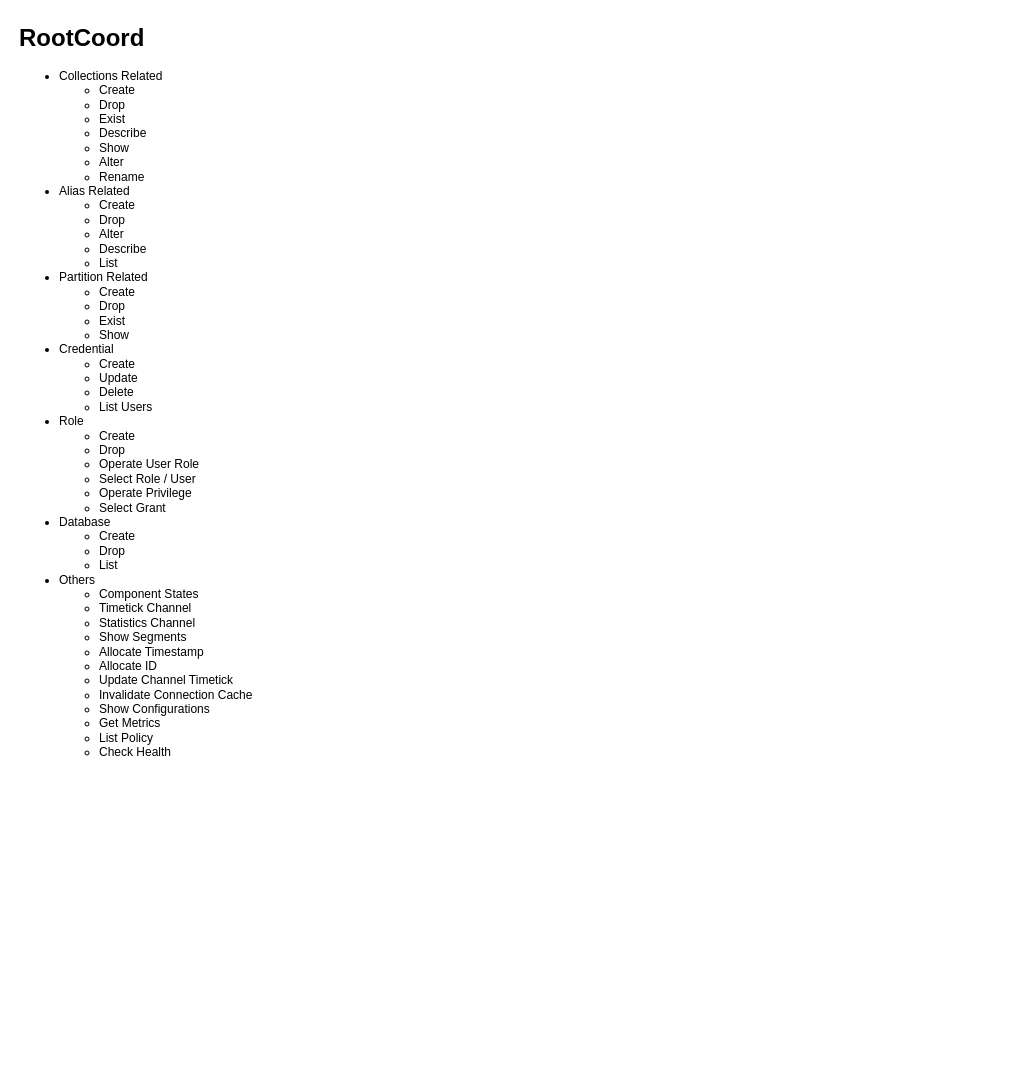
This is MilvusServer.drawio from Reidddddd/drawing, a draw.io file, before an edit. Source tidied: cells renumbered, new cells numbered last; positions are measured from the earlier drawing's top-left corner, leaving out a move shared by most shapes. Both pictures are drawn from the tidied source at 100%, with x=0, y=0 at pixel (17, 17).
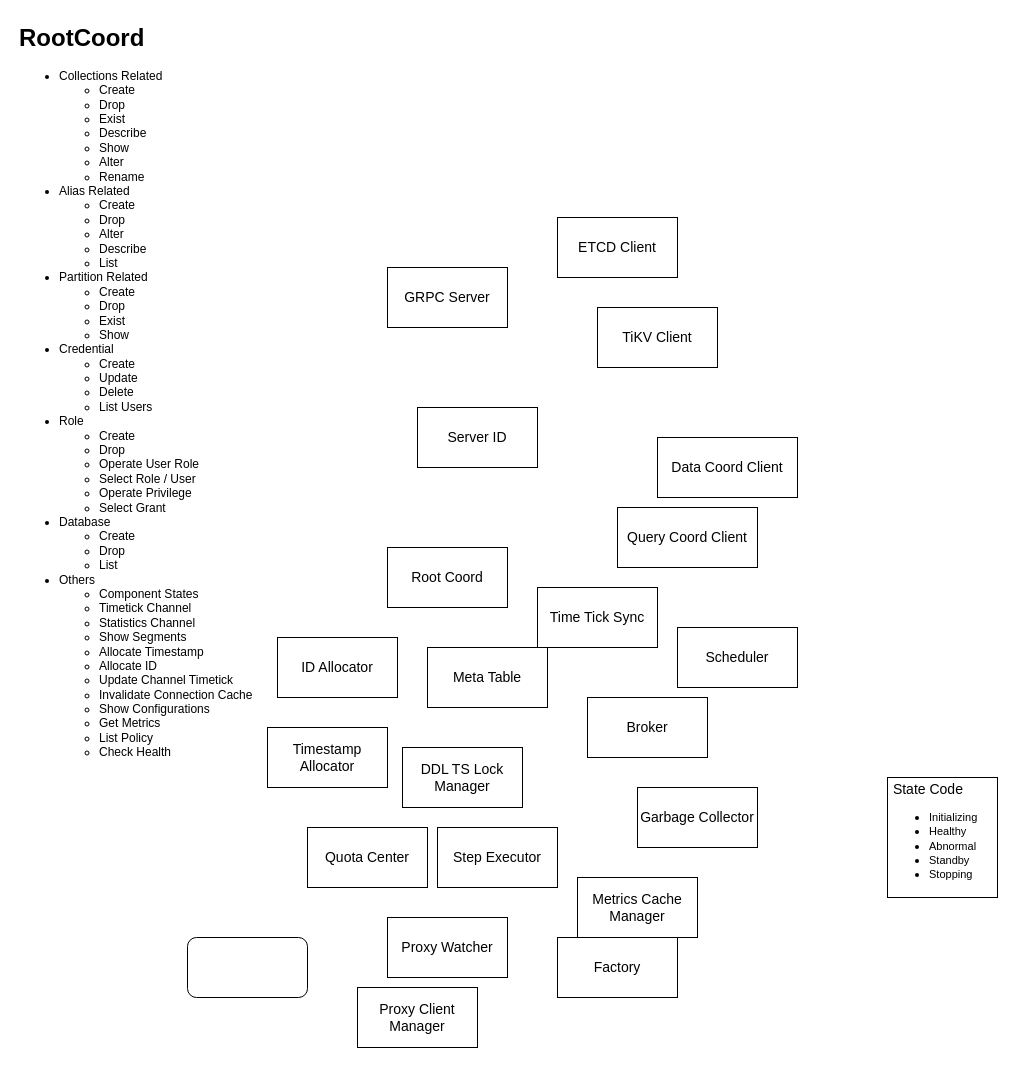
After the change.

Commit message:
Internal Components of RootCoord

The edit, as a diff of the source:
```diff
@@
+    <mxCell id="3" value="&lt;font style=&quot;font-size: 14px;&quot;&gt;Root Coord&lt;/font&gt;" style="rounded=0;whiteSpace=wrap;html=1;" parent="1" vertex="1">
+      <mxGeometry x="370" y="530" width="120" height="60" as="geometry" />
+    </mxCell>
+    <mxCell id="4" value="&lt;font style=&quot;font-size: 14px;&quot;&gt;GRPC Server&lt;/font&gt;" style="rounded=0;whiteSpace=wrap;html=1;" parent="1" vertex="1">
+      <mxGeometry x="370" y="250" width="120" height="60" as="geometry" />
+    </mxCell>
+    <mxCell id="5" value="&lt;font style=&quot;font-size: 14px;&quot;&gt;Server ID&lt;/font&gt;" style="rounded=0;whiteSpace=wrap;html=1;" parent="1" vertex="1">
+      <mxGeometry x="400" y="390" width="120" height="60" as="geometry" />
+    </mxCell>
+    <mxCell id="6" value="&lt;font style=&quot;font-size: 14px;&quot;&gt;ETCD Client&lt;/font&gt;" style="rounded=0;whiteSpace=wrap;html=1;" parent="1" vertex="1">
+      <mxGeometry x="540" y="200" width="120" height="60" as="geometry" />
+    </mxCell>
+    <mxCell id="7" value="&lt;font style=&quot;font-size: 14px;&quot;&gt;TiKV Client&lt;/font&gt;" style="rounded=0;whiteSpace=wrap;html=1;" parent="1" vertex="1">
+      <mxGeometry x="580" y="290" width="120" height="60" as="geometry" />
+    </mxCell>
+    <mxCell id="8" value="&lt;font style=&quot;font-size: 14px;&quot;&gt;Data Coord Client&lt;/font&gt;" style="rounded=0;whiteSpace=wrap;html=1;" parent="1" vertex="1">
+      <mxGeometry x="640" y="420" width="140" height="60" as="geometry" />
+    </mxCell>
+    <mxCell id="9" value="&lt;font style=&quot;font-size: 14px;&quot;&gt;Query Coord Client&lt;/font&gt;" style="rounded=0;whiteSpace=wrap;html=1;" parent="1" vertex="1">
+      <mxGeometry x="600" y="490" width="140" height="60" as="geometry" />
+    </mxCell>
+    <mxCell id="10" value="&lt;font style=&quot;font-size: 14px;&quot;&gt;Meta Table&lt;/font&gt;" style="rounded=0;whiteSpace=wrap;html=1;" parent="1" vertex="1">
+      <mxGeometry x="410" y="630" width="120" height="60" as="geometry" />
+    </mxCell>
+    <mxCell id="11" value="&lt;font style=&quot;font-size: 14px;&quot;&gt;Scheduler&lt;/font&gt;" style="rounded=0;whiteSpace=wrap;html=1;" parent="1" vertex="1">
+      <mxGeometry x="660" y="610" width="120" height="60" as="geometry" />
+    </mxCell>
+    <mxCell id="12" value="&lt;span style=&quot;font-size: 14px;&quot;&gt;Broker&lt;/span&gt;" style="rounded=0;whiteSpace=wrap;html=1;" parent="1" vertex="1">
+      <mxGeometry x="570" y="680" width="120" height="60" as="geometry" />
+    </mxCell>
+    <mxCell id="13" value="&lt;span style=&quot;font-size: 14px;&quot;&gt;DDL TS Lock Manager&lt;/span&gt;" style="rounded=0;whiteSpace=wrap;html=1;" parent="1" vertex="1">
+      <mxGeometry x="385" y="730" width="120" height="60" as="geometry" />
+    </mxCell>
+    <mxCell id="14" value="&lt;span style=&quot;font-size: 14px;&quot;&gt;Garbage Collector&lt;/span&gt;" style="rounded=0;whiteSpace=wrap;html=1;" parent="1" vertex="1">
+      <mxGeometry x="620" y="770" width="120" height="60" as="geometry" />
+    </mxCell>
+    <mxCell id="15" value="&lt;span style=&quot;font-size: 14px;&quot;&gt;Step Executor&lt;/span&gt;" style="rounded=0;whiteSpace=wrap;html=1;" parent="1" vertex="1">
+      <mxGeometry x="420" y="810" width="120" height="60" as="geometry" />
+    </mxCell>
+    <mxCell id="16" value="&lt;span style=&quot;font-size: 14px;&quot;&gt;Quota Center&lt;/span&gt;" style="rounded=0;whiteSpace=wrap;html=1;" parent="1" vertex="1">
+      <mxGeometry x="290" y="810" width="120" height="60" as="geometry" />
+    </mxCell>
+    <mxCell id="17" value="&lt;font style=&quot;font-size: 14px;&quot;&gt;Timestamp Allocator&lt;/font&gt;" style="rounded=0;whiteSpace=wrap;html=1;" parent="1" vertex="1">
+      <mxGeometry x="250" y="710" width="120" height="60" as="geometry" />
+    </mxCell>
+    <mxCell id="18" value="&lt;font style=&quot;font-size: 14px;&quot;&gt;ID Allocator&lt;/font&gt;" style="rounded=0;whiteSpace=wrap;html=1;" parent="1" vertex="1">
+      <mxGeometry x="260" y="620" width="120" height="60" as="geometry" />
+    </mxCell>
+    <mxCell id="19" value="&lt;font style=&quot;font-size: 14px;&quot;&gt;Time Tick Sync&lt;/font&gt;" style="rounded=0;whiteSpace=wrap;html=1;" parent="1" vertex="1">
+      <mxGeometry x="520" y="570" width="120" height="60" as="geometry" />
+    </mxCell>
+    <mxCell id="20" value="&lt;font style=&quot;font-size: 14px;&quot;&gt;Metrics Cache Manager&lt;/font&gt;" style="rounded=0;whiteSpace=wrap;html=1;" parent="1" vertex="1">
+      <mxGeometry x="560" y="860" width="120" height="60" as="geometry" />
+    </mxCell>
+    <mxCell id="21" value="&lt;span style=&quot;font-size: 14px;&quot;&gt;Proxy Watcher&lt;/span&gt;" style="rounded=0;whiteSpace=wrap;html=1;" parent="1" vertex="1">
+      <mxGeometry x="370" y="900" width="120" height="60" as="geometry" />
+    </mxCell>
+    <mxCell id="22" value="&lt;span style=&quot;font-size: 14px;&quot;&gt;Proxy Client Manager&lt;/span&gt;" style="rounded=0;whiteSpace=wrap;html=1;" parent="1" vertex="1">
+      <mxGeometry x="340" y="970" width="120" height="60" as="geometry" />
+    </mxCell>
+    <mxCell id="23" value="&lt;font style=&quot;font-size: 14px;&quot;&gt;&amp;nbsp;State Code&lt;/font&gt;&lt;div&gt;&lt;ul&gt;&lt;li&gt;&lt;font style=&quot;font-size: 11px;&quot;&gt;Initializing&lt;/font&gt;&lt;/li&gt;&lt;li&gt;&lt;font style=&quot;font-size: 11px;&quot;&gt;Healthy&lt;/font&gt;&lt;/li&gt;&lt;li&gt;&lt;font style=&quot;font-size: 11px;&quot;&gt;Abnormal&lt;/font&gt;&lt;/li&gt;&lt;li&gt;&lt;font style=&quot;font-size: 11px;&quot;&gt;Standby&lt;/font&gt;&lt;/li&gt;&lt;li&gt;&lt;font style=&quot;font-size: 11px;&quot;&gt;Stopping&lt;/font&gt;&lt;/li&gt;&lt;/ul&gt;&lt;/div&gt;" style="rounded=0;whiteSpace=wrap;html=1;align=left;" parent="1" vertex="1">
+      <mxGeometry x="870" y="760" width="110" height="120" as="geometry" />
+    </mxCell>
+    <mxCell id="24" style="rounded=1;whiteSpace=wrap;html=1;" parent="1" vertex="1">
+      <mxGeometry x="170" y="920" width="120" height="60" as="geometry" />
+    </mxCell>
+    <mxCell id="25" value="&lt;span style=&quot;font-size: 14px;&quot;&gt;Factory&lt;/span&gt;" style="rounded=0;whiteSpace=wrap;html=1;" parent="1" vertex="1">
+      <mxGeometry x="540" y="920" width="120" height="60" as="geometry" />
+    </mxCell>
```
